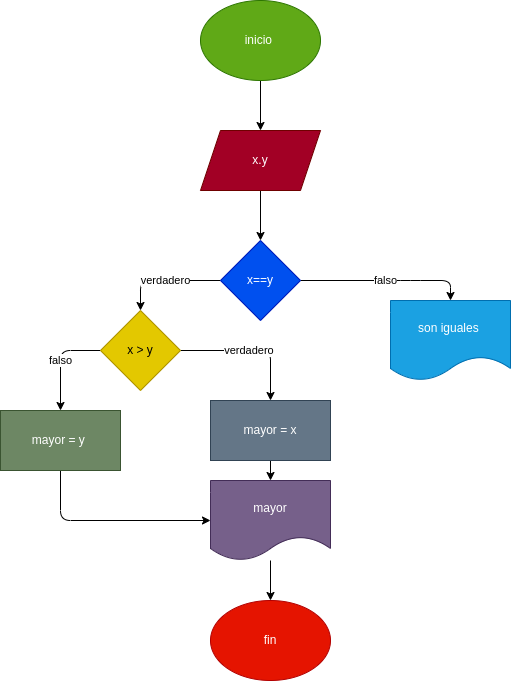
alam2408/mayor_2enteros keeps this draw.io diagram as diagrama.png. Above is the earlier version. Source tidied: cells renumbered, new cells last; positions are measured from the earlier drawing's top-left corner, leaving out a move shared by most shapes.
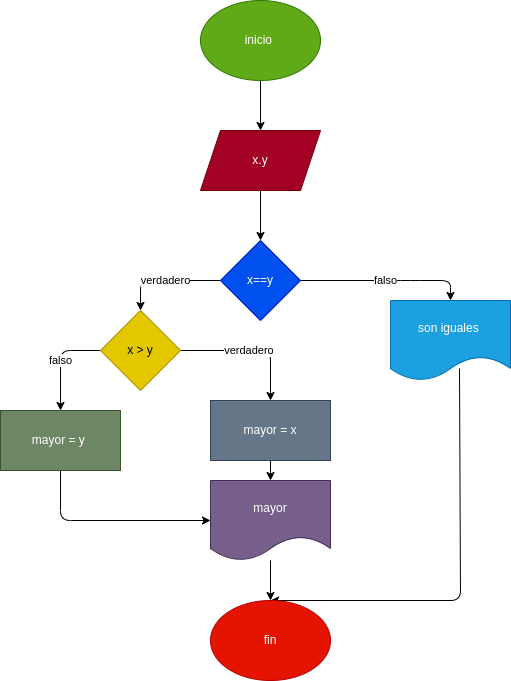
After the change.

Commit message:
subir archivo

Change to the diagram source:
```diff
@@ -52,6 +52,13 @@
     <mxCell id="11" value="x &amp;gt; y" style="rhombus;whiteSpace=wrap;html=1;fillColor=#e3c800;fontColor=#000000;strokeColor=#B09500;" parent="1" vertex="1">
       <mxGeometry x="100" y="310" width="80" height="80" as="geometry" />
     </mxCell>
+    <mxCell id="20" style="edgeStyle=none;html=1;entryX=0.5;entryY=0;entryDx=0;entryDy=0;exitX=0.575;exitY=0.85;exitDx=0;exitDy=0;exitPerimeter=0;" parent="1" edge="1" source="12" target="19">
+      <mxGeometry relative="1" as="geometry">
+        <Array as="points">
+          <mxPoint x="460" y="600" />
+        </Array>
+      </mxGeometry>
+    </mxCell>
     <mxCell id="12" value="son iguales&amp;nbsp;" style="shape=document;whiteSpace=wrap;html=1;boundedLbl=1;fillColor=#1ba1e2;fontColor=#ffffff;strokeColor=#006EAF;" parent="1" vertex="1">
       <mxGeometry x="390" y="300" width="120" height="80" as="geometry" />
     </mxCell>
```
